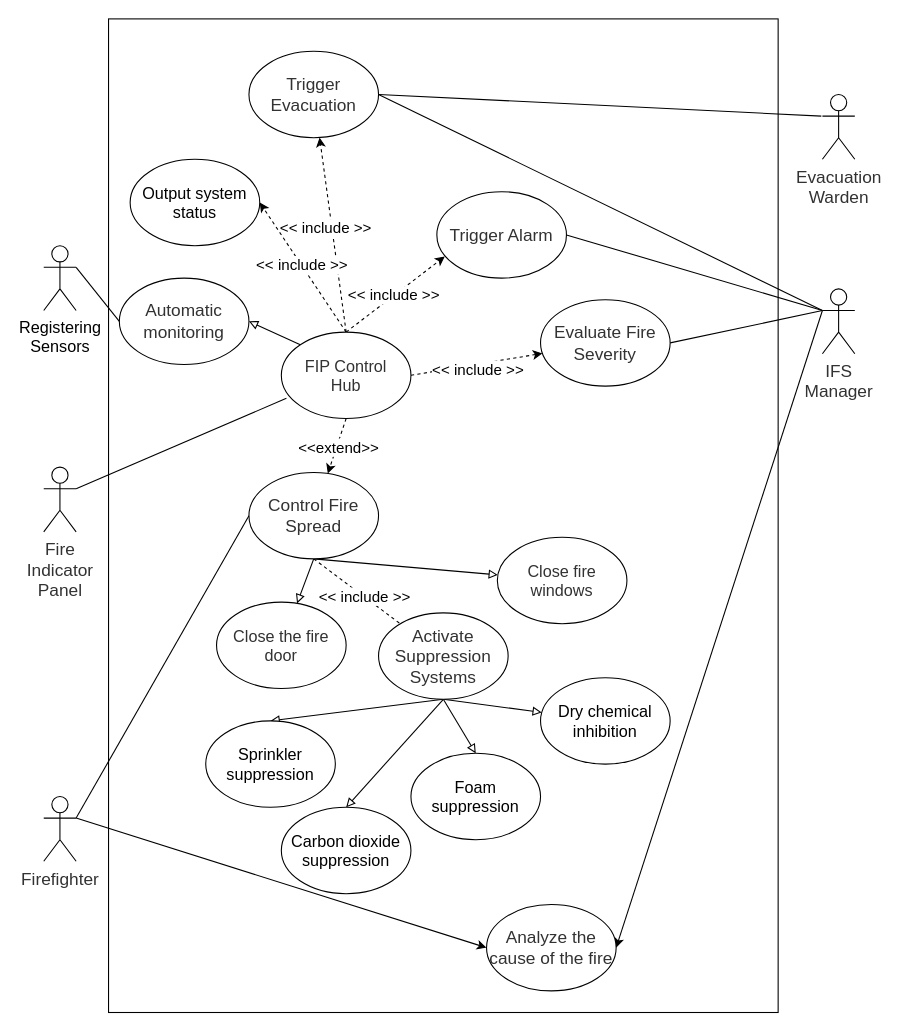
Above: FIP.drawio in demosRun/INFO6030 (draw.io), before the change. Source tidied: cells renumbered, new cells numbered last; positions are measured from the earlier drawing's top-left corner, leaving out a move shared by most shapes. Both pictures are drawn from the tidied source at 108%, with x=0, y=0 at pixel (43, 18).
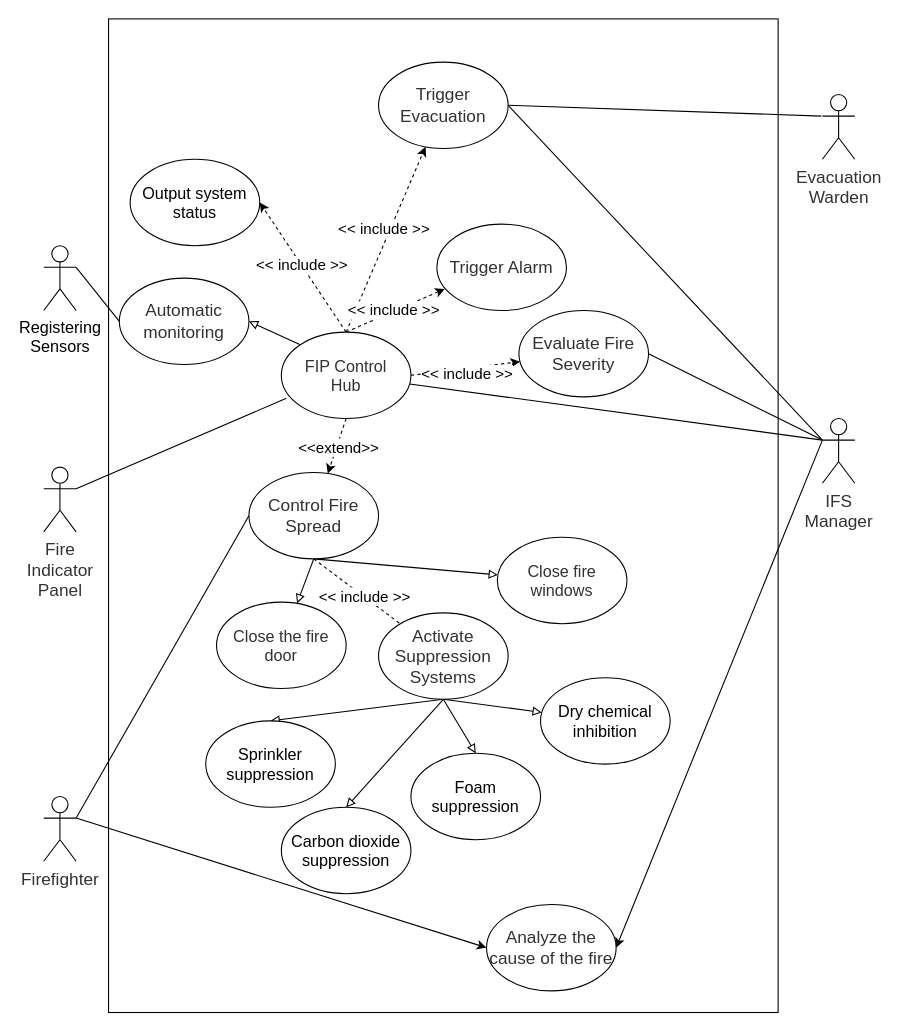
After the change.

Unchanged cells that the change refers to:
```xml
<mxCell id="24" value="&lt;font face=&quot;Microsoft YaHei, 微软雅黑, Arial&quot; color=&quot;#323232&quot;&gt;&lt;span style=&quot;font-size: 15px;&quot;&gt;FIP Control&lt;/span&gt;&lt;/font&gt;&lt;div&gt;&lt;font face=&quot;Microsoft YaHei, 微软雅黑, Arial&quot; color=&quot;#323232&quot;&gt;&lt;span style=&quot;font-size: 15px;&quot;&gt;Hub&lt;/span&gt;&lt;/font&gt;&lt;br&gt;&lt;/div&gt;" style="ellipse;whiteSpace=wrap;html=1;" parent="1" vertex="1">
  <mxGeometry x="220" y="290" width="120" height="80" as="geometry" />
</mxCell>
```

The edit, as a diff of the source:
```diff
@@
-    <mxCell id="10" style="rounded=0;jettySize=auto;html=1;exitX=0;exitY=0.3333333333333333;exitDx=0;exitDy=0;exitPerimeter=0;entryX=1;entryY=0.5;entryDx=0;entryDy=0;endArrow=none;endFill=0;" parent="1" edge="1" source="11" target="39">
-      <mxGeometry relative="1" as="geometry" />
-    </mxCell>
+    <mxCell id="51" style="rounded=0;jettySize=auto;html=1;exitX=0;exitY=0.3333333333333333;exitDx=0;exitDy=0;exitPerimeter=0;endArrow=none;endFill=0;" parent="1" edge="1" source="11" target="24">
+      <mxGeometry relative="1" as="geometry" />
+    </mxCell>
     <mxCell id="11" value="&lt;span style=&quot;color: rgb(50, 50, 50); font-family: &amp;quot;Microsoft YaHei&amp;quot;, 微软雅黑, Arial; font-size: 16px; text-wrap: wrap; background-color: rgba(255, 255, 255, 0.01);&quot;&gt;IFS Manager&lt;/span&gt;" style="shape=umlActor;verticalLabelPosition=bottom;verticalAlign=top;html=1;outlineConnect=0;" parent="1" vertex="1">
-      <mxGeometry x="721" y="250" width="30" height="60" as="geometry" />
+      <mxGeometry x="721" y="370" width="30" height="60" as="geometry" />
     </mxCell>
@@
     <mxCell id="13" value="&lt;span style=&quot;color: rgb(50, 50, 50); font-family: &amp;quot;Microsoft YaHei&amp;quot;, 微软雅黑, Arial; font-size: 16px; background-color: rgba(255, 255, 255, 0.01);&quot;&gt;Trigger Evacuation&lt;/span&gt;" style="ellipse;whiteSpace=wrap;html=1;" parent="1" vertex="1">
-      <mxGeometry x="190" y="30" width="120" height="80" as="geometry" />
+      <mxGeometry x="310" y="40" width="120" height="80" as="geometry" />
     </mxCell>
@@
     <mxCell id="25" value="&lt;span style=&quot;color: rgb(50, 50, 50); font-family: &amp;quot;Microsoft YaHei&amp;quot;, 微软雅黑, Arial; font-size: 16px; background-color: rgba(255, 255, 255, 0.01);&quot;&gt;Evaluate Fire Severity&lt;/span&gt;" style="ellipse;whiteSpace=wrap;html=1;" parent="1" vertex="1">
-      <mxGeometry x="460" y="260" width="120" height="80" as="geometry" />
+      <mxGeometry x="440" y="270" width="120" height="80" as="geometry" />
     </mxCell>
@@
     <mxCell id="39" value="&lt;span style=&quot;color: rgb(50, 50, 50); font-family: &amp;quot;Microsoft YaHei&amp;quot;, 微软雅黑, Arial; font-size: 16px; background-color: rgba(255, 255, 255, 0.01);&quot;&gt;Trigger Alarm&lt;/span&gt;" style="ellipse;whiteSpace=wrap;html=1;" parent="1" vertex="1">
-      <mxGeometry x="364" y="160" width="120" height="80" as="geometry" />
+      <mxGeometry x="364" y="190" width="120" height="80" as="geometry" />
     </mxCell>
```
